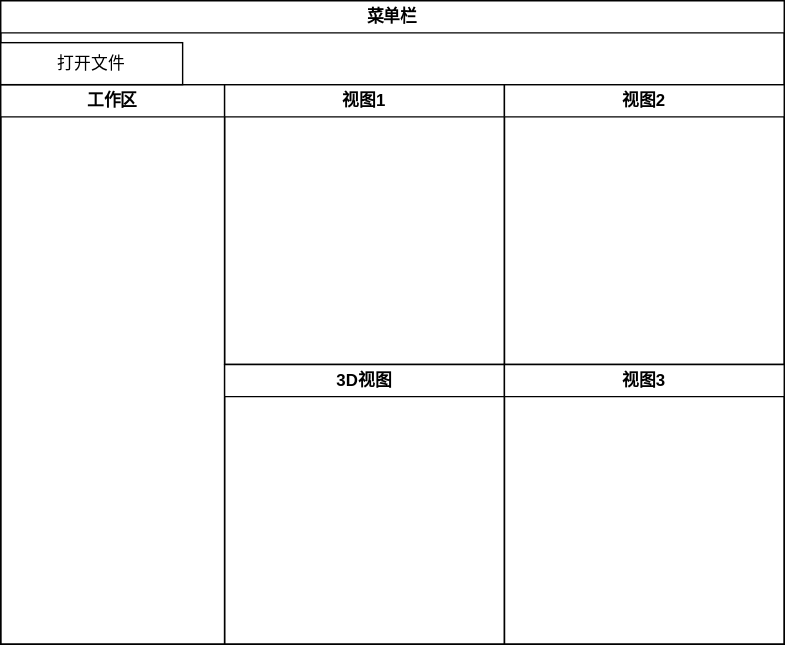
The draw.io diagram medical_xitongsheji.drawio.svg in Dong-J93/_pictures, before a commit. Source tidied: cells renumbered, new cells last; positions are measured from the earlier drawing's top-left corner, leaving out a move shared by most shapes.
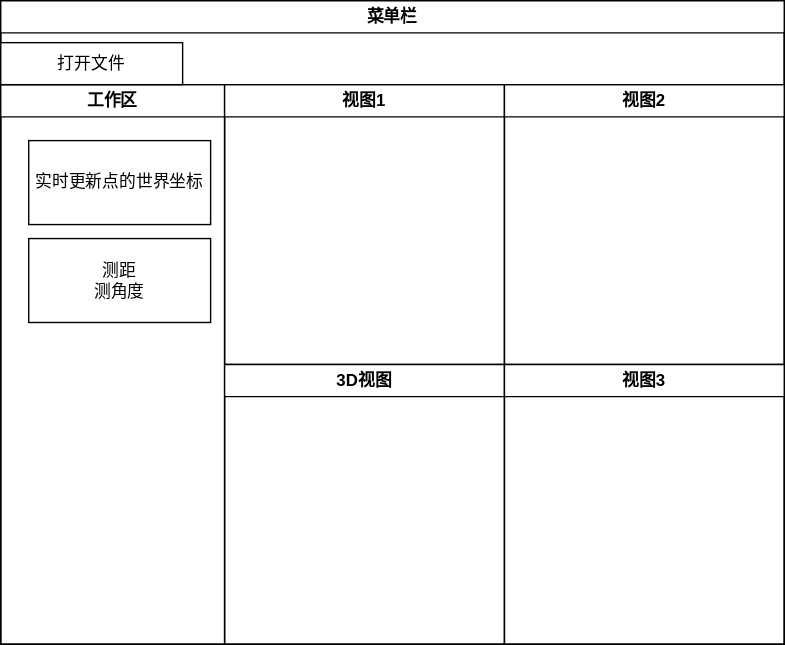
Later version of the same file.

Diff of the diagram source:
```diff
@@ -8,6 +8,12 @@
     <mxCell id="3" value="工作区" style="swimlane;whiteSpace=wrap;html=1;" parent="2" vertex="1">
       <mxGeometry y="60" width="160" height="400" as="geometry" />
     </mxCell>
+    <mxCell id="10" value="实时更新点的世界坐标" style="rounded=0;whiteSpace=wrap;html=1;" parent="3" vertex="1">
+      <mxGeometry x="20" y="40" width="130" height="60" as="geometry" />
+    </mxCell>
+    <mxCell id="11" value="测距&lt;br&gt;测角度" style="rounded=0;whiteSpace=wrap;html=1;" parent="3" vertex="1">
+      <mxGeometry x="20" y="110" width="130" height="60" as="geometry" />
+    </mxCell>
     <mxCell id="4" value="视图1" style="swimlane;whiteSpace=wrap;html=1;" parent="2" vertex="1">
       <mxGeometry x="160" y="60" width="200" height="200" as="geometry" />
     </mxCell>
```
